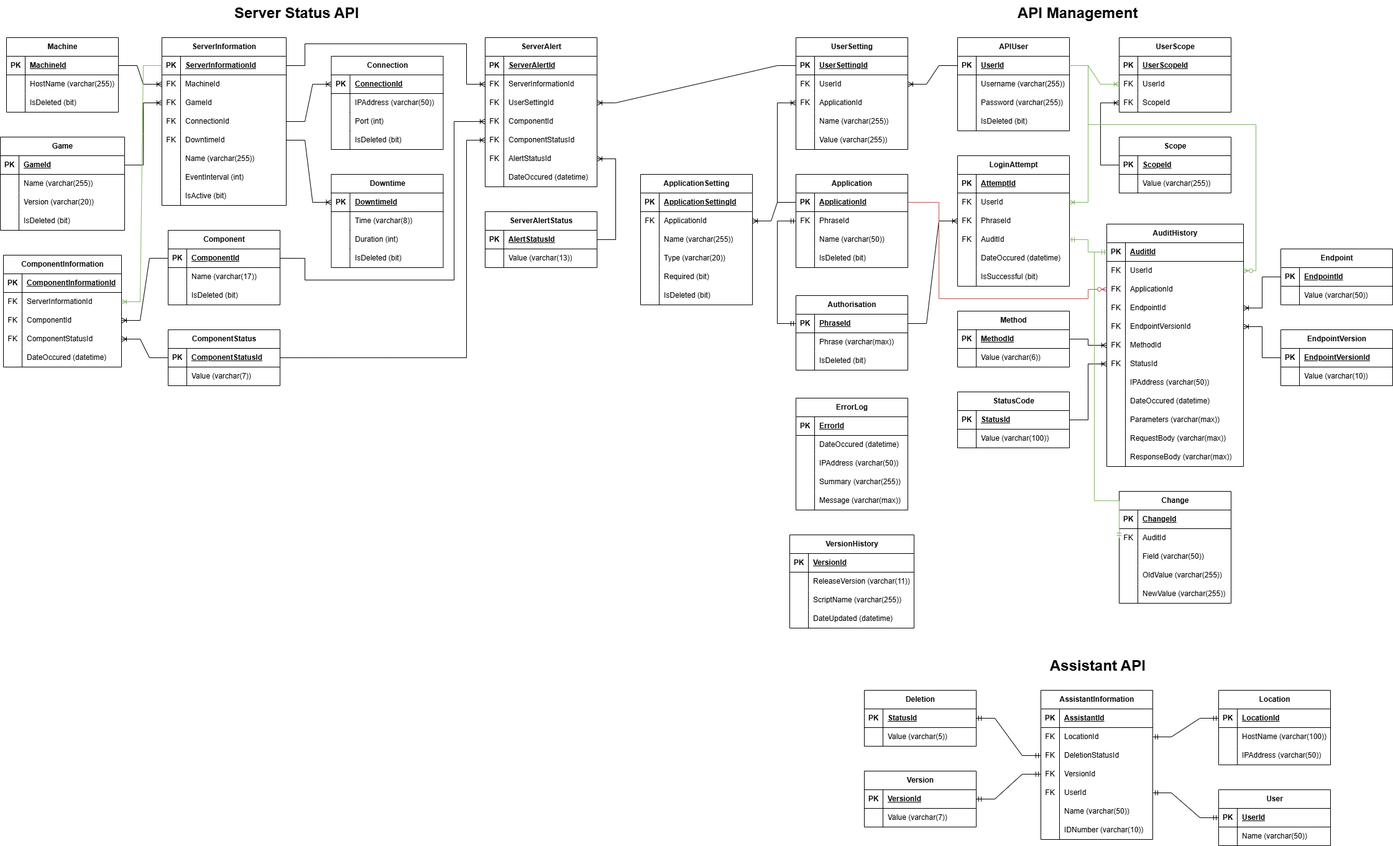
This is Database ERD.png from LegendarySpork9/Hunter-Industries-API, a draw.io export, as it was before one commit. Source tidied: cells renumbered, new cells last; positions are measured from the earlier drawing's top-left corner, leaving out a move shared by most shapes.
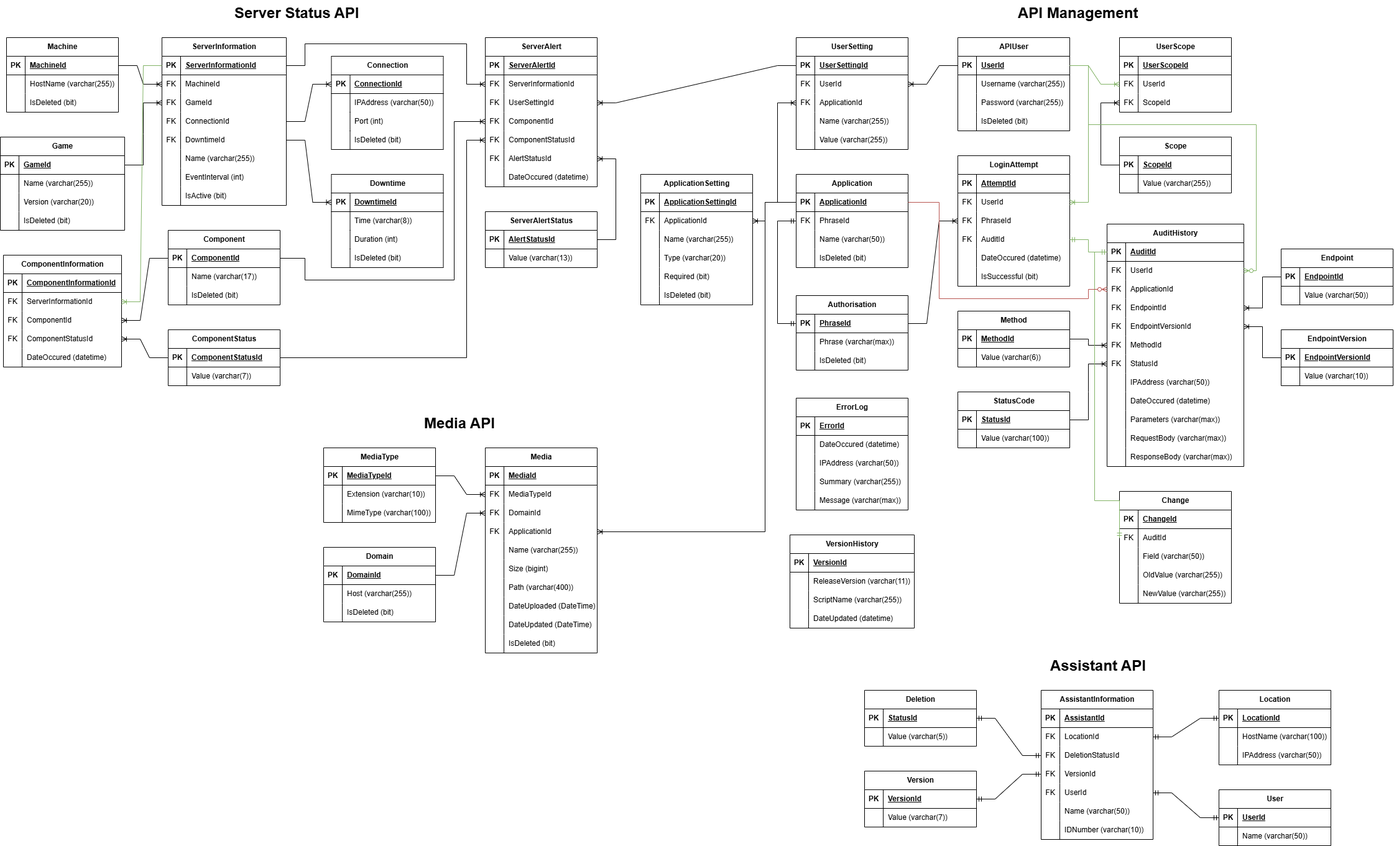
The same diagram one commit later.

Change to the diagram source:
```diff
@@ -1380,8 +1380,183 @@
     <mxCell id="441" value="IsDeleted (bit)" style="shape=partialRectangle;fillColor=none;top=0;left=0;bottom=0;right=0;align=left;spacingLeft=6;overflow=hidden;whiteSpace=wrap;html=1;" parent="439" vertex="1">
       <mxGeometry x="30" width="150" height="30" as="geometry" />
     </mxCell>
-    <mxCell id="442" style="edgeStyle=entityRelationEdgeStyle;fontSize=12;html=1;endArrow=ERoneToMany;rounded=0;entryX=1;entryY=0.5;entryDx=0;entryDy=0;exitX=0;exitY=0.5;exitDx=0;exitDy=0;" parent="1" edge="1" source="150" target="427">
-      <mxGeometry relative="1" as="geometry" />
+    <mxCell id="442" style="edgeStyle=orthogonalEdgeStyle;fontSize=12;html=1;endArrow=ERoneToMany;rounded=0;entryX=1;entryY=0.5;entryDx=0;entryDy=0;exitX=0;exitY=0.5;exitDx=0;exitDy=0;" parent="1" edge="1" source="150" target="427">
+      <mxGeometry relative="1" as="geometry">
+        <Array as="points">
+          <mxPoint x="1230" y="325" />
+          <mxPoint x="1230" y="355" />
+        </Array>
+      </mxGeometry>
     </mxCell>
+    <mxCell id="443" value="Domain" style="shape=table;startSize=30;rowLines=0;fontStyle=1;align=center;html=1;" parent="1" vertex="1">
+      <mxGeometry x="520" y="880" width="180" height="120" as="geometry" />
+    </mxCell>
+    <mxCell id="444" style="shape=tableRow;horizontal=0;startSize=0;swimlaneHead=0;swimlaneBody=0;fillColor=none;points=[[0,0.5],[1,0.5]];portConstraint=eastwest;top=0;left=0;right=0;bottom=1;" parent="443" vertex="1">
+      <mxGeometry y="30" width="180" height="30" as="geometry" />
+    </mxCell>
+    <mxCell id="445" value="PK" style="shape=partialRectangle;fillColor=none;top=0;left=0;bottom=0;right=0;fontStyle=1;overflow=hidden;whiteSpace=wrap;html=1;" parent="444" vertex="1">
+      <mxGeometry width="30" height="30" as="geometry" />
+    </mxCell>
+    <mxCell id="446" value="DomainId" style="shape=partialRectangle;fillColor=none;top=0;left=0;bottom=0;right=0;align=left;spacingLeft=6;fontStyle=5;overflow=hidden;whiteSpace=wrap;html=1;" parent="444" vertex="1">
+      <mxGeometry x="30" width="150" height="30" as="geometry" />
+    </mxCell>
+    <mxCell id="447" style="shape=tableRow;horizontal=0;startSize=0;swimlaneHead=0;swimlaneBody=0;fillColor=none;top=0;left=0;right=0;bottom=0;" parent="443" vertex="1">
+      <mxGeometry y="60" width="180" height="30" as="geometry" />
+    </mxCell>
+    <mxCell id="448" style="shape=partialRectangle;fillColor=none;top=0;left=0;bottom=0;right=0;overflow=hidden;whiteSpace=wrap;html=1;" parent="447" vertex="1">
+      <mxGeometry width="30" height="30" as="geometry" />
+    </mxCell>
+    <mxCell id="449" value="Host (&lt;span style=&quot;background-color: transparent; color: light-dark(rgb(0, 0, 0), rgb(255, 255, 255));&quot;&gt;varchar(255))&lt;/span&gt;" style="shape=partialRectangle;fillColor=none;top=0;left=0;bottom=0;right=0;align=left;spacingLeft=6;overflow=hidden;whiteSpace=wrap;html=1;" parent="447" vertex="1">
+      <mxGeometry x="30" width="150" height="30" as="geometry" />
+    </mxCell>
+    <mxCell id="450" style="shape=tableRow;horizontal=0;startSize=0;swimlaneHead=0;swimlaneBody=0;fillColor=none;top=0;left=0;right=0;bottom=0;" parent="443" vertex="1">
+      <mxGeometry y="90" width="180" height="30" as="geometry" />
+    </mxCell>
+    <mxCell id="451" style="shape=partialRectangle;fillColor=none;top=0;left=0;bottom=0;right=0;overflow=hidden;whiteSpace=wrap;html=1;" parent="450" vertex="1">
+      <mxGeometry width="30" height="30" as="geometry" />
+    </mxCell>
+    <mxCell id="452" value="IsDeleted (bit)" style="shape=partialRectangle;fillColor=none;top=0;left=0;bottom=0;right=0;align=left;spacingLeft=6;overflow=hidden;whiteSpace=wrap;html=1;" parent="450" vertex="1">
+      <mxGeometry x="30" width="150" height="30" as="geometry" />
+    </mxCell>
+    <mxCell id="453" value="MediaType" style="shape=table;startSize=30;rowLines=0;fontStyle=1;align=center;html=1;" parent="1" vertex="1">
+      <mxGeometry x="520" y="720" width="180" height="120" as="geometry" />
+    </mxCell>
+    <mxCell id="454" style="shape=tableRow;horizontal=0;startSize=0;swimlaneHead=0;swimlaneBody=0;fillColor=none;points=[[0,0.5],[1,0.5]];portConstraint=eastwest;top=0;left=0;right=0;bottom=1;" parent="453" vertex="1">
+      <mxGeometry y="30" width="180" height="30" as="geometry" />
+    </mxCell>
+    <mxCell id="455" value="PK" style="shape=partialRectangle;fillColor=none;top=0;left=0;bottom=0;right=0;fontStyle=1;overflow=hidden;whiteSpace=wrap;html=1;" parent="454" vertex="1">
+      <mxGeometry width="30" height="30" as="geometry" />
+    </mxCell>
+    <mxCell id="456" value="MediaTypeId" style="shape=partialRectangle;fillColor=none;top=0;left=0;bottom=0;right=0;align=left;spacingLeft=6;fontStyle=5;overflow=hidden;whiteSpace=wrap;html=1;" parent="454" vertex="1">
+      <mxGeometry x="30" width="150" height="30" as="geometry" />
+    </mxCell>
+    <mxCell id="457" style="shape=tableRow;horizontal=0;startSize=0;swimlaneHead=0;swimlaneBody=0;fillColor=none;top=0;left=0;right=0;bottom=0;" parent="453" vertex="1">
+      <mxGeometry y="60" width="180" height="30" as="geometry" />
+    </mxCell>
+    <mxCell id="458" style="shape=partialRectangle;fillColor=none;top=0;left=0;bottom=0;right=0;overflow=hidden;whiteSpace=wrap;html=1;" parent="457" vertex="1">
+      <mxGeometry width="30" height="30" as="geometry" />
+    </mxCell>
+    <mxCell id="459" value="Extension (varchar(10))" style="shape=partialRectangle;fillColor=none;top=0;left=0;bottom=0;right=0;align=left;spacingLeft=6;overflow=hidden;whiteSpace=wrap;html=1;" parent="457" vertex="1">
+      <mxGeometry x="30" width="150" height="30" as="geometry" />
+    </mxCell>
+    <mxCell id="460" style="shape=tableRow;horizontal=0;startSize=0;swimlaneHead=0;swimlaneBody=0;fillColor=none;top=0;left=0;right=0;bottom=0;" parent="453" vertex="1">
+      <mxGeometry y="90" width="180" height="30" as="geometry" />
+    </mxCell>
+    <mxCell id="461" style="shape=partialRectangle;fillColor=none;top=0;left=0;bottom=0;right=0;overflow=hidden;whiteSpace=wrap;html=1;" parent="460" vertex="1">
+      <mxGeometry width="30" height="30" as="geometry" />
+    </mxCell>
+    <mxCell id="462" value="MimeType (varchar(100))" style="shape=partialRectangle;fillColor=none;top=0;left=0;bottom=0;right=0;align=left;spacingLeft=6;overflow=hidden;whiteSpace=wrap;html=1;" parent="460" vertex="1">
+      <mxGeometry x="30" width="150" height="30" as="geometry" />
+    </mxCell>
+    <mxCell id="463" value="Media" style="shape=table;startSize=30;rowLines=0;fontStyle=1;align=center;html=1;" parent="1" vertex="1">
+      <mxGeometry x="780" y="720" width="180" height="330" as="geometry" />
+    </mxCell>
+    <mxCell id="464" style="shape=tableRow;horizontal=0;startSize=0;swimlaneHead=0;swimlaneBody=0;fillColor=none;top=0;left=0;right=0;bottom=1;" parent="463" vertex="1">
+      <mxGeometry y="30" width="180" height="30" as="geometry" />
+    </mxCell>
+    <mxCell id="465" value="PK" style="shape=partialRectangle;fillColor=none;top=0;left=0;bottom=0;right=0;fontStyle=1;overflow=hidden;whiteSpace=wrap;html=1;" parent="464" vertex="1">
+      <mxGeometry width="30" height="30" as="geometry" />
+    </mxCell>
+    <mxCell id="466" value="MediaId" style="shape=partialRectangle;fillColor=none;top=0;left=0;bottom=0;right=0;align=left;spacingLeft=6;fontStyle=5;overflow=hidden;whiteSpace=wrap;html=1;" parent="464" vertex="1">
+      <mxGeometry x="30" width="150" height="30" as="geometry" />
+    </mxCell>
+    <mxCell id="467" style="shape=tableRow;horizontal=0;startSize=0;swimlaneHead=0;swimlaneBody=0;fillColor=none;points=[[0,0.5],[1,0.5]];portConstraint=eastwest;top=0;left=0;right=0;bottom=0;" parent="463" vertex="1">
+      <mxGeometry y="60" width="180" height="30" as="geometry" />
+    </mxCell>
+    <mxCell id="468" value="FK" style="shape=partialRectangle;fillColor=none;top=0;left=0;bottom=0;right=0;overflow=hidden;whiteSpace=wrap;html=1;" parent="467" vertex="1">
+      <mxGeometry width="30" height="30" as="geometry" />
+    </mxCell>
+    <mxCell id="469" value="MediaTypeId" style="shape=partialRectangle;fillColor=none;top=0;left=0;bottom=0;right=0;align=left;spacingLeft=6;overflow=hidden;whiteSpace=wrap;html=1;" parent="467" vertex="1">
+      <mxGeometry x="30" width="150" height="30" as="geometry" />
+    </mxCell>
+    <mxCell id="470" style="shape=tableRow;horizontal=0;startSize=0;swimlaneHead=0;swimlaneBody=0;fillColor=none;points=[[0,0.5],[1,0.5]];portConstraint=eastwest;top=0;left=0;right=0;bottom=0;" parent="463" vertex="1">
+      <mxGeometry y="90" width="180" height="30" as="geometry" />
+    </mxCell>
+    <mxCell id="471" value="FK" style="shape=partialRectangle;fillColor=none;top=0;left=0;bottom=0;right=0;overflow=hidden;whiteSpace=wrap;html=1;" parent="470" vertex="1">
+      <mxGeometry width="30" height="30" as="geometry" />
+    </mxCell>
+    <mxCell id="472" value="DomainId" style="shape=partialRectangle;fillColor=none;top=0;left=0;bottom=0;right=0;align=left;spacingLeft=6;overflow=hidden;whiteSpace=wrap;html=1;" parent="470" vertex="1">
+      <mxGeometry x="30" width="150" height="30" as="geometry" />
+    </mxCell>
+    <mxCell id="473" style="shape=tableRow;horizontal=0;startSize=0;swimlaneHead=0;swimlaneBody=0;fillColor=none;points=[[0,0.5],[1,0.5]];portConstraint=eastwest;top=0;left=0;right=0;bottom=0;" parent="463" vertex="1">
+      <mxGeometry y="120" width="180" height="30" as="geometry" />
+    </mxCell>
+    <mxCell id="474" value="FK" style="shape=partialRectangle;fillColor=none;top=0;left=0;bottom=0;right=0;overflow=hidden;whiteSpace=wrap;html=1;" parent="473" vertex="1">
+      <mxGeometry width="30" height="30" as="geometry" />
+    </mxCell>
+    <mxCell id="475" value="ApplicationId" style="shape=partialRectangle;fillColor=none;top=0;left=0;bottom=0;right=0;align=left;spacingLeft=6;overflow=hidden;whiteSpace=wrap;html=1;" parent="473" vertex="1">
+      <mxGeometry x="30" width="150" height="30" as="geometry" />
+    </mxCell>
+    <mxCell id="476" style="shape=tableRow;horizontal=0;startSize=0;swimlaneHead=0;swimlaneBody=0;fillColor=none;top=0;left=0;right=0;bottom=0;" parent="463" vertex="1">
+      <mxGeometry y="150" width="180" height="30" as="geometry" />
+    </mxCell>
+    <mxCell id="477" style="shape=partialRectangle;fillColor=none;top=0;left=0;bottom=0;right=0;overflow=hidden;whiteSpace=wrap;html=1;" parent="476" vertex="1">
+      <mxGeometry width="30" height="30" as="geometry" />
+    </mxCell>
+    <mxCell id="478" value="Name (varchar(255))" style="shape=partialRectangle;fillColor=none;top=0;left=0;bottom=0;right=0;align=left;spacingLeft=6;overflow=hidden;whiteSpace=wrap;html=1;" parent="476" vertex="1">
+      <mxGeometry x="30" width="150" height="30" as="geometry" />
+    </mxCell>
+    <mxCell id="479" style="shape=tableRow;horizontal=0;startSize=0;swimlaneHead=0;swimlaneBody=0;fillColor=none;top=0;left=0;right=0;bottom=0;" parent="463" vertex="1">
+      <mxGeometry y="180" width="180" height="30" as="geometry" />
+    </mxCell>
+    <mxCell id="480" style="shape=partialRectangle;fillColor=none;top=0;left=0;bottom=0;right=0;overflow=hidden;whiteSpace=wrap;html=1;" parent="479" vertex="1">
+      <mxGeometry width="30" height="30" as="geometry" />
+    </mxCell>
+    <mxCell id="481" value="Size (bigint)" style="shape=partialRectangle;fillColor=none;top=0;left=0;bottom=0;right=0;align=left;spacingLeft=6;overflow=hidden;whiteSpace=wrap;html=1;" parent="479" vertex="1">
+      <mxGeometry x="30" width="150" height="30" as="geometry" />
+    </mxCell>
+    <mxCell id="482" style="shape=tableRow;horizontal=0;startSize=0;swimlaneHead=0;swimlaneBody=0;fillColor=none;top=0;left=0;right=0;bottom=0;" parent="463" vertex="1">
+      <mxGeometry y="210" width="180" height="30" as="geometry" />
+    </mxCell>
+    <mxCell id="483" style="shape=partialRectangle;fillColor=none;top=0;left=0;bottom=0;right=0;overflow=hidden;whiteSpace=wrap;html=1;" parent="482" vertex="1">
+      <mxGeometry width="30" height="30" as="geometry" />
+    </mxCell>
+    <mxCell id="484" value="Path (varchar(400))" style="shape=partialRectangle;fillColor=none;top=0;left=0;bottom=0;right=0;align=left;spacingLeft=6;overflow=hidden;whiteSpace=wrap;html=1;" parent="482" vertex="1">
+      <mxGeometry x="30" width="150" height="30" as="geometry" />
+    </mxCell>
+    <mxCell id="485" style="shape=tableRow;horizontal=0;startSize=0;swimlaneHead=0;swimlaneBody=0;fillColor=none;top=0;left=0;right=0;bottom=0;" parent="463" vertex="1">
+      <mxGeometry y="240" width="180" height="30" as="geometry" />
+    </mxCell>
+    <mxCell id="486" style="shape=partialRectangle;fillColor=none;top=0;left=0;bottom=0;right=0;overflow=hidden;whiteSpace=wrap;html=1;" parent="485" vertex="1">
+      <mxGeometry width="30" height="30" as="geometry" />
+    </mxCell>
+    <mxCell id="487" value="DateUploaded (DateTime)" style="shape=partialRectangle;fillColor=none;top=0;left=0;bottom=0;right=0;align=left;spacingLeft=6;overflow=hidden;whiteSpace=wrap;html=1;" parent="485" vertex="1">
+      <mxGeometry x="30" width="150" height="30" as="geometry" />
+    </mxCell>
+    <mxCell id="488" style="shape=tableRow;horizontal=0;startSize=0;swimlaneHead=0;swimlaneBody=0;fillColor=none;top=0;left=0;right=0;bottom=0;" parent="463" vertex="1">
+      <mxGeometry y="270" width="180" height="30" as="geometry" />
+    </mxCell>
+    <mxCell id="489" style="shape=partialRectangle;fillColor=none;top=0;left=0;bottom=0;right=0;overflow=hidden;whiteSpace=wrap;html=1;" parent="488" vertex="1">
+      <mxGeometry width="30" height="30" as="geometry" />
+    </mxCell>
+    <mxCell id="490" value="DateUpdated (DateTime)" style="shape=partialRectangle;fillColor=none;top=0;left=0;bottom=0;right=0;align=left;spacingLeft=6;overflow=hidden;whiteSpace=wrap;html=1;" parent="488" vertex="1">
+      <mxGeometry x="30" width="150" height="30" as="geometry" />
+    </mxCell>
+    <mxCell id="491" style="shape=tableRow;horizontal=0;startSize=0;swimlaneHead=0;swimlaneBody=0;fillColor=none;top=0;left=0;right=0;bottom=0;" parent="463" vertex="1">
+      <mxGeometry y="300" width="180" height="30" as="geometry" />
+    </mxCell>
+    <mxCell id="492" style="shape=partialRectangle;fillColor=none;top=0;left=0;bottom=0;right=0;overflow=hidden;whiteSpace=wrap;html=1;" parent="491" vertex="1">
+      <mxGeometry width="30" height="30" as="geometry" />
+    </mxCell>
+    <mxCell id="493" value="IsDeleted (bit)" style="shape=partialRectangle;fillColor=none;top=0;left=0;bottom=0;right=0;align=left;spacingLeft=6;overflow=hidden;whiteSpace=wrap;html=1;" parent="491" vertex="1">
+      <mxGeometry x="30" width="150" height="30" as="geometry" />
+    </mxCell>
+    <mxCell id="494" value="&lt;h1 style=&quot;margin-top: 0px;&quot;&gt;Media API&lt;/h1&gt;" style="text;html=1;whiteSpace=wrap;overflow=hidden;rounded=0;" parent="1" vertex="1">
+      <mxGeometry x="680" y="660" width="120" height="40" as="geometry" />
+    </mxCell>
+    <mxCell id="495" style="edgeStyle=orthogonalEdgeStyle;fontSize=12;html=1;endArrow=ERoneToMany;rounded=0;entryX=1;entryY=0.5;entryDx=0;entryDy=0;exitX=0;exitY=0.5;exitDx=0;exitDy=0;" parent="1" edge="1" source="150" target="473">
+      <mxGeometry relative="1" as="geometry">
+        <Array as="points">
+          <mxPoint x="1230" y="325" />
+          <mxPoint x="1230" y="855" />
+        </Array>
+      </mxGeometry>
+    </mxCell>
+    <mxCell id="496" style="edgeStyle=entityRelationEdgeStyle;fontSize=12;html=1;endArrow=ERoneToMany;rounded=0;entryX=0;entryY=0.5;entryDx=0;entryDy=0;exitX=1;exitY=0.5;exitDx=0;exitDy=0;" parent="1" edge="1" source="454" target="467">
+      <mxGeometry relative="1" as="geometry" />
+    </mxCell>
+    <mxCell id="497" style="edgeStyle=entityRelationEdgeStyle;fontSize=12;html=1;endArrow=ERoneToMany;rounded=0;entryX=0;entryY=0.5;entryDx=0;entryDy=0;exitX=1;exitY=0.5;exitDx=0;exitDy=0;" parent="1" edge="1" source="444" target="470">
+      <mxGeometry relative="1" as="geometry" />
+    </mxCell>
   </root>
 </mxGraphModel>
```
